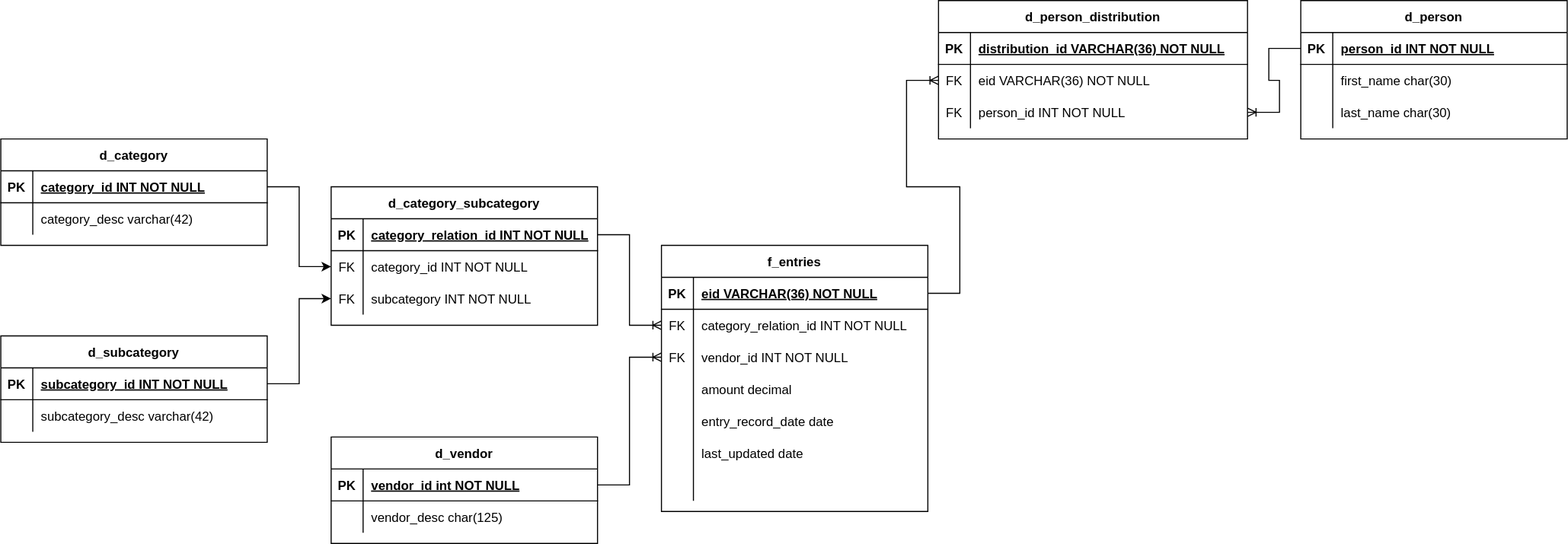
The draw.io diagram diagram/penny-schema.svg in fatteryacid/penny, before a commit. Source tidied: cells renumbered, new cells last; positions are measured from the earlier drawing's top-left corner, leaving out a move shared by most shapes.
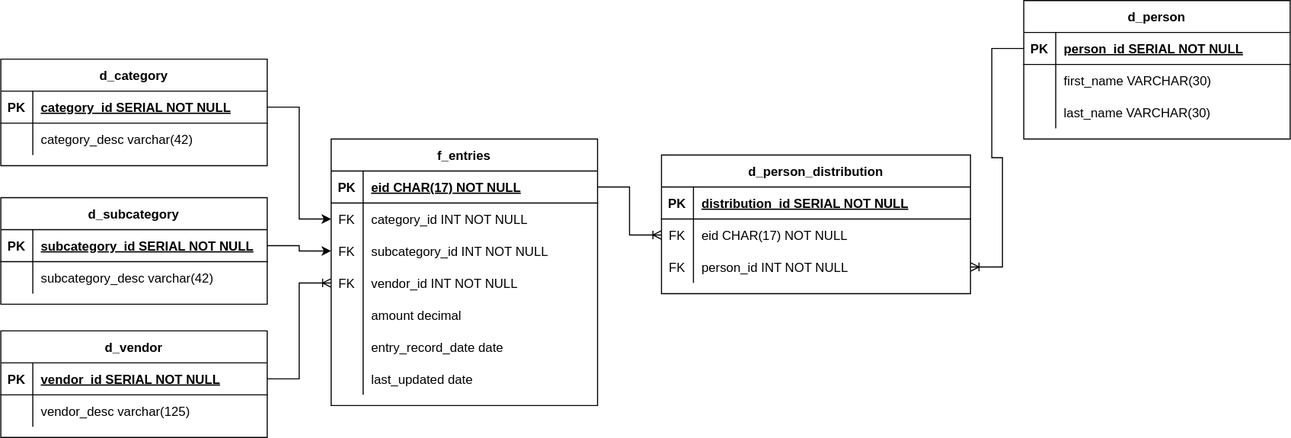
Later version of the same file.

Commit message:
Update schema diagram

Change to the diagram source:
```diff
@@ -3,7 +3,7 @@
     <mxCell id="0" />
     <mxCell id="1" parent="0" />
     <mxCell id="2" value="d_person" style="shape=table;startSize=30;rowLines=0;fontStyle=1;align=center;" parent="1" vertex="1">
-      <mxGeometry x="1220" width="250" height="130" as="geometry" />
+      <mxGeometry x="1270" y="100" width="250" height="130" as="geometry" />
     </mxCell>
     <mxCell id="3" style="shape=partialRectangle;fillColor=none;points=[[0,0.5],[1,0.5]];portConstraint=eastwest;top=0;left=0;right=0;bottom=1;" parent="2" vertex="1">
       <mxGeometry y="30" width="250" height="30" as="geometry" />
@@ -11,7 +11,7 @@
     <mxCell id="4" value="PK" style="shape=partialRectangle;overflow=hidden;fillColor=none;top=0;left=0;bottom=0;right=0;fontStyle=1;" parent="3" vertex="1">
       <mxGeometry width="30" height="30" as="geometry" />
     </mxCell>
-    <mxCell id="5" value="person_id INT NOT NULL" style="shape=partialRectangle;overflow=hidden;fillColor=none;top=0;left=0;bottom=0;right=0;align=left;spacingLeft=6;fontStyle=5;" parent="3" vertex="1">
+    <mxCell id="5" value="person_id SERIAL NOT NULL" style="shape=partialRectangle;overflow=hidden;fillColor=none;top=0;left=0;bottom=0;right=0;align=left;spacingLeft=6;fontStyle=5;" parent="3" vertex="1">
       <mxGeometry x="30" width="220" height="30" as="geometry" />
     </mxCell>
     <mxCell id="6" style="shape=partialRectangle;fillColor=none;top=0;left=0;right=0;bottom=0;" parent="2" vertex="1">
@@ -20,7 +20,7 @@
     <mxCell id="7" style="shape=partialRectangle;overflow=hidden;fillColor=none;top=0;left=0;bottom=0;right=0;" parent="6" vertex="1">
       <mxGeometry width="30" height="30" as="geometry" />
     </mxCell>
-    <mxCell id="8" value="first_name char(30)" style="shape=partialRectangle;overflow=hidden;fillColor=none;top=0;left=0;bottom=0;right=0;align=left;spacingLeft=6;" parent="6" vertex="1">
+    <mxCell id="8" value="first_name VARCHAR(30)" style="shape=partialRectangle;overflow=hidden;fillColor=none;top=0;left=0;bottom=0;right=0;align=left;spacingLeft=6;" parent="6" vertex="1">
       <mxGeometry x="30" width="220" height="30" as="geometry" />
     </mxCell>
     <mxCell id="9" style="shape=partialRectangle;fillColor=none;top=0;left=0;right=0;bottom=0;" parent="2" vertex="1">
@@ -29,11 +29,11 @@
     <mxCell id="10" style="shape=partialRectangle;overflow=hidden;fillColor=none;top=0;left=0;bottom=0;right=0;" parent="9" vertex="1">
       <mxGeometry width="30" height="30" as="geometry" />
     </mxCell>
-    <mxCell id="11" value="last_name char(30)" style="shape=partialRectangle;overflow=hidden;fillColor=none;top=0;left=0;bottom=0;right=0;align=left;spacingLeft=6;" parent="9" vertex="1">
+    <mxCell id="11" value="last_name VARCHAR(30)" style="shape=partialRectangle;overflow=hidden;fillColor=none;top=0;left=0;bottom=0;right=0;align=left;spacingLeft=6;" parent="9" vertex="1">
       <mxGeometry x="30" width="220" height="30" as="geometry" />
     </mxCell>
     <mxCell id="12" value="d_category" style="shape=table;startSize=30;rowLines=0;fontStyle=1;align=center;" parent="1" vertex="1">
-      <mxGeometry y="130" width="250" height="100" as="geometry" />
+      <mxGeometry x="310" y="155" width="250" height="100" as="geometry" />
     </mxCell>
     <mxCell id="13" style="shape=partialRectangle;fillColor=none;points=[[0,0.5],[1,0.5]];portConstraint=eastwest;top=0;left=0;right=0;bottom=1;" parent="12" vertex="1">
       <mxGeometry y="30" width="250" height="30" as="geometry" />
@@ -41,7 +41,7 @@
     <mxCell id="14" value="PK" style="shape=partialRectangle;overflow=hidden;fillColor=none;top=0;left=0;bottom=0;right=0;fontStyle=1;" parent="13" vertex="1">
       <mxGeometry width="30" height="30" as="geometry" />
     </mxCell>
-    <mxCell id="15" value="category_id INT NOT NULL" style="shape=partialRectangle;overflow=hidden;fillColor=none;top=0;left=0;bottom=0;right=0;align=left;spacingLeft=6;fontStyle=5;" parent="13" vertex="1">
+    <mxCell id="15" value="category_id SERIAL NOT NULL" style="shape=partialRectangle;overflow=hidden;fillColor=none;top=0;left=0;bottom=0;right=0;align=left;spacingLeft=6;fontStyle=5;" parent="13" vertex="1">
       <mxGeometry x="30" width="220" height="30" as="geometry" />
     </mxCell>
     <mxCell id="16" style="shape=partialRectangle;fillColor=none;top=0;left=0;right=0;bottom=0;" parent="12" vertex="1">
@@ -62,7 +62,7 @@
     <mxCell id="21" value="PK" style="shape=partialRectangle;overflow=hidden;fillColor=none;top=0;left=0;bottom=0;right=0;fontStyle=1;" parent="20" vertex="1">
       <mxGeometry width="30" height="30" as="geometry" />
     </mxCell>
-    <mxCell id="22" value="eid VARCHAR(36) NOT NULL" style="shape=partialRectangle;overflow=hidden;fillColor=none;top=0;left=0;bottom=0;right=0;align=left;spacingLeft=6;fontStyle=5;" parent="20" vertex="1">
+    <mxCell id="22" value="eid CHAR(17) NOT NULL" style="shape=partialRectangle;overflow=hidden;fillColor=none;top=0;left=0;bottom=0;right=0;align=left;spacingLeft=6;fontStyle=5;" parent="20" vertex="1">
       <mxGeometry x="30" width="220" height="30" as="geometry" />
     </mxCell>
     <mxCell id="23" style="shape=partialRectangle;fillColor=none;points=[[0,0.5],[1,0.5]];portConstraint=eastwest;top=0;left=0;right=0;bottom=0;" parent="19" vertex="1">
@@ -71,11 +71,20 @@
     <mxCell id="24" value="FK" style="shape=partialRectangle;overflow=hidden;fillColor=none;top=0;left=0;bottom=0;right=0;" parent="23" vertex="1">
       <mxGeometry width="30" height="30" as="geometry" />
     </mxCell>
-    <mxCell id="25" value="category_relation_id INT NOT NULL" style="shape=partialRectangle;overflow=hidden;fillColor=none;top=0;left=0;bottom=0;right=0;align=left;spacingLeft=6;" parent="23" vertex="1">
+    <mxCell id="25" value="category_id INT NOT NULL" style="shape=partialRectangle;overflow=hidden;fillColor=none;top=0;left=0;bottom=0;right=0;align=left;spacingLeft=6;" parent="23" vertex="1">
       <mxGeometry x="30" width="220" height="30" as="geometry" />
     </mxCell>
+    <mxCell id="75" style="shape=partialRectangle;fillColor=none;points=[[0,0.5],[1,0.5]];portConstraint=eastwest;top=0;left=0;right=0;bottom=0;" parent="19" vertex="1">
+      <mxGeometry y="90" width="250" height="30" as="geometry" />
+    </mxCell>
+    <mxCell id="81" value="FK" style="shape=partialRectangle;overflow=hidden;fillColor=none;top=0;left=0;bottom=0;right=0;" parent="75" vertex="1">
+      <mxGeometry width="30" height="30" as="geometry" />
+    </mxCell>
+    <mxCell id="82" value="subcategory_id INT NOT NULL" style="shape=partialRectangle;overflow=hidden;fillColor=none;top=0;left=0;bottom=0;right=0;align=left;spacingLeft=6;" parent="75" vertex="1">
+      <mxGeometry x="30" width="220" height="30" as="geometry" />
+    </mxCell>
     <mxCell id="26" style="shape=partialRectangle;fillColor=none;points=[[0,0.5],[1,0.5]];portConstraint=eastwest;top=0;left=0;right=0;bottom=0;" parent="19" vertex="1">
-      <mxGeometry y="90" width="250" height="30" as="geometry" />
+      <mxGeometry y="120" width="250" height="30" as="geometry" />
     </mxCell>
     <mxCell id="27" value="FK" style="shape=partialRectangle;overflow=hidden;fillColor=none;top=0;left=0;bottom=0;right=0;" parent="26" vertex="1">
       <mxGeometry width="30" height="30" as="geometry" />
@@ -84,7 +93,7 @@
       <mxGeometry x="30" width="220" height="30" as="geometry" />
     </mxCell>
     <mxCell id="29" style="shape=partialRectangle;fillColor=none;top=0;left=0;right=0;bottom=0;" parent="19" vertex="1">
-      <mxGeometry y="120" width="250" height="30" as="geometry" />
+      <mxGeometry y="150" width="250" height="30" as="geometry" />
     </mxCell>
     <mxCell id="30" style="shape=partialRectangle;overflow=hidden;fillColor=none;top=0;left=0;bottom=0;right=0;" parent="29" vertex="1">
       <mxGeometry width="30" height="30" as="geometry" />
@@ -93,7 +102,7 @@
       <mxGeometry x="30" width="220" height="30" as="geometry" />
     </mxCell>
     <mxCell id="32" style="shape=partialRectangle;fillColor=none;top=0;left=0;right=0;bottom=0;" parent="19" vertex="1">
-      <mxGeometry y="150" width="250" height="30" as="geometry" />
+      <mxGeometry y="180" width="250" height="30" as="geometry" />
     </mxCell>
     <mxCell id="33" style="shape=partialRectangle;overflow=hidden;fillColor=none;top=0;left=0;bottom=0;right=0;" parent="32" vertex="1">
       <mxGeometry width="30" height="30" as="geometry" />
@@ -102,7 +111,7 @@
       <mxGeometry x="30" width="220" height="30" as="geometry" />
     </mxCell>
     <mxCell id="35" style="shape=partialRectangle;fillColor=none;top=0;left=0;right=0;bottom=0;" parent="19" vertex="1">
-      <mxGeometry y="180" width="250" height="30" as="geometry" />
+      <mxGeometry y="210" width="250" height="30" as="geometry" />
     </mxCell>
     <mxCell id="36" style="shape=partialRectangle;overflow=hidden;fillColor=none;top=0;left=0;bottom=0;right=0;" parent="35" vertex="1">
       <mxGeometry width="30" height="30" as="geometry" />
@@ -110,17 +119,8 @@
     <mxCell id="37" value="last_updated date" style="shape=partialRectangle;overflow=hidden;fillColor=none;top=0;left=0;bottom=0;right=0;align=left;spacingLeft=6;" parent="35" vertex="1">
       <mxGeometry x="30" width="220" height="30" as="geometry" />
     </mxCell>
-    <mxCell id="38" style="shape=partialRectangle;fillColor=none;top=0;left=0;right=0;bottom=0;" parent="19" vertex="1">
-      <mxGeometry y="210" width="250" height="30" as="geometry" />
-    </mxCell>
-    <mxCell id="39" style="shape=partialRectangle;overflow=hidden;fillColor=none;top=0;left=0;bottom=0;right=0;" parent="38" vertex="1">
-      <mxGeometry width="30" height="30" as="geometry" />
-    </mxCell>
-    <mxCell id="40" style="shape=partialRectangle;overflow=hidden;fillColor=none;top=0;left=0;bottom=0;right=0;align=left;spacingLeft=6;" parent="38" vertex="1">
-      <mxGeometry x="30" width="220" height="30" as="geometry" />
-    </mxCell>
     <mxCell id="41" value="d_subcategory" style="shape=table;startSize=30;rowLines=0;fontStyle=1;align=center;" parent="1" vertex="1">
-      <mxGeometry y="315" width="250" height="100" as="geometry" />
+      <mxGeometry x="310" y="285" width="250" height="100" as="geometry" />
     </mxCell>
     <mxCell id="42" style="shape=partialRectangle;fillColor=none;points=[[0,0.5],[1,0.5]];portConstraint=eastwest;top=0;left=0;right=0;bottom=1;" parent="41" vertex="1">
       <mxGeometry y="30" width="250" height="30" as="geometry" />
@@ -128,7 +128,7 @@
     <mxCell id="43" value="PK" style="shape=partialRectangle;overflow=hidden;fillColor=none;top=0;left=0;bottom=0;right=0;fontStyle=1;" parent="42" vertex="1">
       <mxGeometry width="30" height="30" as="geometry" />
     </mxCell>
-    <mxCell id="44" value="subcategory_id INT NOT NULL" style="shape=partialRectangle;overflow=hidden;fillColor=none;top=0;left=0;bottom=0;right=0;align=left;spacingLeft=6;fontStyle=5;" parent="42" vertex="1">
+    <mxCell id="44" value="subcategory_id SERIAL NOT NULL" style="shape=partialRectangle;overflow=hidden;fillColor=none;top=0;left=0;bottom=0;right=0;align=left;spacingLeft=6;fontStyle=5;" parent="42" vertex="1">
       <mxGeometry x="30" width="220" height="30" as="geometry" />
     </mxCell>
     <mxCell id="45" style="shape=partialRectangle;fillColor=none;top=0;left=0;right=0;bottom=0;" parent="41" vertex="1">
@@ -149,7 +149,7 @@
     <mxCell id="50" value="PK" style="shape=partialRectangle;overflow=hidden;fillColor=none;top=0;left=0;bottom=0;right=0;fontStyle=1;" parent="49" vertex="1">
       <mxGeometry width="30" height="30" as="geometry" />
     </mxCell>
-    <mxCell id="51" value="vendor_id int NOT NULL" style="shape=partialRectangle;overflow=hidden;fillColor=none;top=0;left=0;bottom=0;right=0;align=left;spacingLeft=6;fontStyle=5;" parent="49" vertex="1">
+    <mxCell id="51" value="vendor_id SERIAL NOT NULL" style="shape=partialRectangle;overflow=hidden;fillColor=none;top=0;left=0;bottom=0;right=0;align=left;spacingLeft=6;fontStyle=5;" parent="49" vertex="1">
       <mxGeometry x="30" width="220" height="30" as="geometry" />
     </mxCell>
     <mxCell id="52" style="shape=partialRectangle;fillColor=none;top=0;left=0;right=0;bottom=0;" parent="48" vertex="1">
@@ -158,11 +158,11 @@
     <mxCell id="53" style="shape=partialRectangle;overflow=hidden;fillColor=none;top=0;left=0;bottom=0;right=0;" parent="52" vertex="1">
       <mxGeometry width="30" height="30" as="geometry" />
     </mxCell>
-    <mxCell id="54" value="vendor_desc char(125)" style="shape=partialRectangle;overflow=hidden;fillColor=none;top=0;left=0;bottom=0;right=0;align=left;spacingLeft=6;" parent="52" vertex="1">
+    <mxCell id="54" value="vendor_desc varchar(125)" style="shape=partialRectangle;overflow=hidden;fillColor=none;top=0;left=0;bottom=0;right=0;align=left;spacingLeft=6;" parent="52" vertex="1">
       <mxGeometry x="30" width="220" height="30" as="geometry" />
     </mxCell>
     <mxCell id="55" value="d_person_distribution" style="shape=table;startSize=30;rowLines=0;fontStyle=1;align=center;" parent="1" vertex="1">
-      <mxGeometry x="880" width="290" height="130" as="geometry" />
+      <mxGeometry x="930" y="245" width="290" height="130" as="geometry" />
     </mxCell>
     <mxCell id="56" style="shape=partialRectangle;fillColor=none;top=0;left=0;right=0;bottom=1;" parent="55" vertex="1">
       <mxGeometry y="30" width="290" height="30" as="geometry" />
@@ -170,7 +170,7 @@
     <mxCell id="57" value="PK" style="shape=partialRectangle;overflow=hidden;fillColor=none;top=0;left=0;bottom=0;right=0;fontStyle=1;" parent="56" vertex="1">
       <mxGeometry width="30" height="30" as="geometry" />
     </mxCell>
-    <mxCell id="58" value="distribution_id VARCHAR(36) NOT NULL" style="shape=partialRectangle;overflow=hidden;fillColor=none;top=0;left=0;bottom=0;right=0;align=left;spacingLeft=6;fontStyle=5;" parent="56" vertex="1">
+    <mxCell id="58" value="distribution_id SERIAL NOT NULL" style="shape=partialRectangle;overflow=hidden;fillColor=none;top=0;left=0;bottom=0;right=0;align=left;spacingLeft=6;fontStyle=5;" parent="56" vertex="1">
       <mxGeometry x="30" width="260" height="30" as="geometry" />
     </mxCell>
     <mxCell id="59" style="shape=partialRectangle;fillColor=none;points=[[0,0.5],[1,0.5]];portConstraint=eastwest;top=0;left=0;right=0;bottom=0;" parent="55" vertex="1">
@@ -179,7 +179,7 @@
     <mxCell id="60" value="FK" style="shape=partialRectangle;overflow=hidden;fillColor=none;top=0;left=0;bottom=0;right=0;" parent="59" vertex="1">
       <mxGeometry width="30" height="30" as="geometry" />
     </mxCell>
-    <mxCell id="61" value="eid VARCHAR(36) NOT NULL" style="shape=partialRectangle;overflow=hidden;fillColor=none;top=0;left=0;bottom=0;right=0;align=left;spacingLeft=6;" parent="59" vertex="1">
+    <mxCell id="61" value="eid CHAR(17) NOT NULL" style="shape=partialRectangle;overflow=hidden;fillColor=none;top=0;left=0;bottom=0;right=0;align=left;spacingLeft=6;" parent="59" vertex="1">
       <mxGeometry x="30" width="260" height="30" as="geometry" />
     </mxCell>
     <mxCell id="62" style="shape=partialRectangle;fillColor=none;points=[[0,0.5],[1,0.5]];portConstraint=eastwest;top=0;left=0;right=0;bottom=0;" parent="55" vertex="1">
@@ -194,50 +194,17 @@
     <mxCell id="65" style="edgeStyle=entityRelationEdgeStyle;fontSize=12;html=1;endArrow=ERoneToMany;rounded=0;exitX=1;exitY=0.5;exitDx=0;exitDy=0;" parent="1" edge="1" source="49" target="26">
       <mxGeometry relative="1" as="geometry" />
     </mxCell>
-    <mxCell id="66" style="edgeStyle=entityRelationEdgeStyle;fontSize=12;html=1;endArrow=ERoneToMany;rounded=0;exitX=1;exitY=0.5;exitDx=0;exitDy=0;entryX=0;entryY=0.5;entryDx=0;entryDy=0;" parent="1" edge="1" source="20" target="59">
-      <mxGeometry relative="1" as="geometry" />
-    </mxCell>
     <mxCell id="67" style="edgeStyle=entityRelationEdgeStyle;fontSize=12;html=1;endArrow=ERoneToMany;rounded=0;entryX=1;entryY=0.5;entryDx=0;entryDy=0;exitX=0;exitY=0.5;exitDx=0;exitDy=0;" parent="1" edge="1" source="3" target="62">
       <mxGeometry relative="1" as="geometry" />
     </mxCell>
-    <mxCell id="68" value="d_category_subcategory" style="shape=table;startSize=30;rowLines=0;fontStyle=1;align=center;" parent="1" vertex="1">
-      <mxGeometry x="310" y="175" width="250" height="130" as="geometry" />
-    </mxCell>
-    <mxCell id="69" style="shape=partialRectangle;fillColor=none;points=[[0,0.5],[1,0.5]];portConstraint=eastwest;top=0;left=0;right=0;bottom=1;" parent="68" vertex="1">
-      <mxGeometry y="30" width="250" height="30" as="geometry" />
-    </mxCell>
-    <mxCell id="70" value="PK" style="shape=partialRectangle;overflow=hidden;fillColor=none;top=0;left=0;bottom=0;right=0;fontStyle=1;" parent="69" vertex="1">
-      <mxGeometry width="30" height="30" as="geometry" />
-    </mxCell>
-    <mxCell id="71" value="category_relation_id INT NOT NULL" style="shape=partialRectangle;overflow=hidden;fillColor=none;top=0;left=0;bottom=0;right=0;align=left;spacingLeft=6;fontStyle=5;" parent="69" vertex="1">
-      <mxGeometry x="30" width="220" height="30" as="geometry" />
-    </mxCell>
-    <mxCell id="72" style="shape=partialRectangle;fillColor=none;points=[[0,0.5],[1,0.5]];portConstraint=eastwest;top=0;left=0;right=0;bottom=0;" parent="68" vertex="1">
-      <mxGeometry y="60" width="250" height="30" as="geometry" />
-    </mxCell>
-    <mxCell id="73" value="FK" style="shape=partialRectangle;overflow=hidden;fillColor=none;top=0;left=0;bottom=0;right=0;" parent="72" vertex="1">
-      <mxGeometry width="30" height="30" as="geometry" />
-    </mxCell>
-    <mxCell id="74" value="category_id INT NOT NULL" style="shape=partialRectangle;overflow=hidden;fillColor=none;top=0;left=0;bottom=0;right=0;align=left;spacingLeft=6;" parent="72" vertex="1">
-      <mxGeometry x="30" width="220" height="30" as="geometry" />
-    </mxCell>
-    <mxCell id="75" style="shape=partialRectangle;fillColor=none;points=[[0,0.5],[1,0.5]];portConstraint=eastwest;top=0;left=0;right=0;bottom=0;" parent="68" vertex="1">
-      <mxGeometry y="90" width="250" height="30" as="geometry" />
-    </mxCell>
-    <mxCell id="76" value="FK" style="shape=partialRectangle;overflow=hidden;fillColor=none;top=0;left=0;bottom=0;right=0;" parent="75" vertex="1">
-      <mxGeometry width="30" height="30" as="geometry" />
-    </mxCell>
-    <mxCell id="77" value="subcategory INT NOT NULL" style="shape=partialRectangle;overflow=hidden;fillColor=none;top=0;left=0;bottom=0;right=0;align=left;spacingLeft=6;" parent="75" vertex="1">
-      <mxGeometry x="30" width="220" height="30" as="geometry" />
-    </mxCell>
-    <mxCell id="78" style="edgeStyle=entityRelationEdgeStyle;fontSize=12;html=1;endArrow=ERoneToMany;rounded=0;exitX=1;exitY=0.5;exitDx=0;exitDy=0;entryX=0;entryY=0.5;entryDx=0;entryDy=0;" parent="1" edge="1" source="69" target="23">
-      <mxGeometry relative="1" as="geometry" />
-    </mxCell>
-    <mxCell id="79" style="edgeStyle=orthogonalEdgeStyle;rounded=0;jettySize=auto;html=1;" parent="1" edge="1" source="13" target="72">
+    <mxCell id="79" style="edgeStyle=orthogonalEdgeStyle;rounded=0;jettySize=auto;html=1;entryX=0;entryY=0.5;entryDx=0;entryDy=0;" parent="1" edge="1" source="13" target="23">
       <mxGeometry relative="1" as="geometry" />
     </mxCell>
     <mxCell id="80" style="edgeStyle=orthogonalEdgeStyle;rounded=0;jettySize=auto;html=1;entryX=0;entryY=0.5;entryDx=0;entryDy=0;" parent="1" edge="1" source="42" target="75">
       <mxGeometry relative="1" as="geometry" />
     </mxCell>
+    <mxCell id="66" style="edgeStyle=entityRelationEdgeStyle;fontSize=12;html=1;endArrow=ERoneToMany;rounded=0;" parent="1" edge="1" source="20" target="59">
+      <mxGeometry relative="1" as="geometry" />
+    </mxCell>
   </root>
 </mxGraphModel>
```
